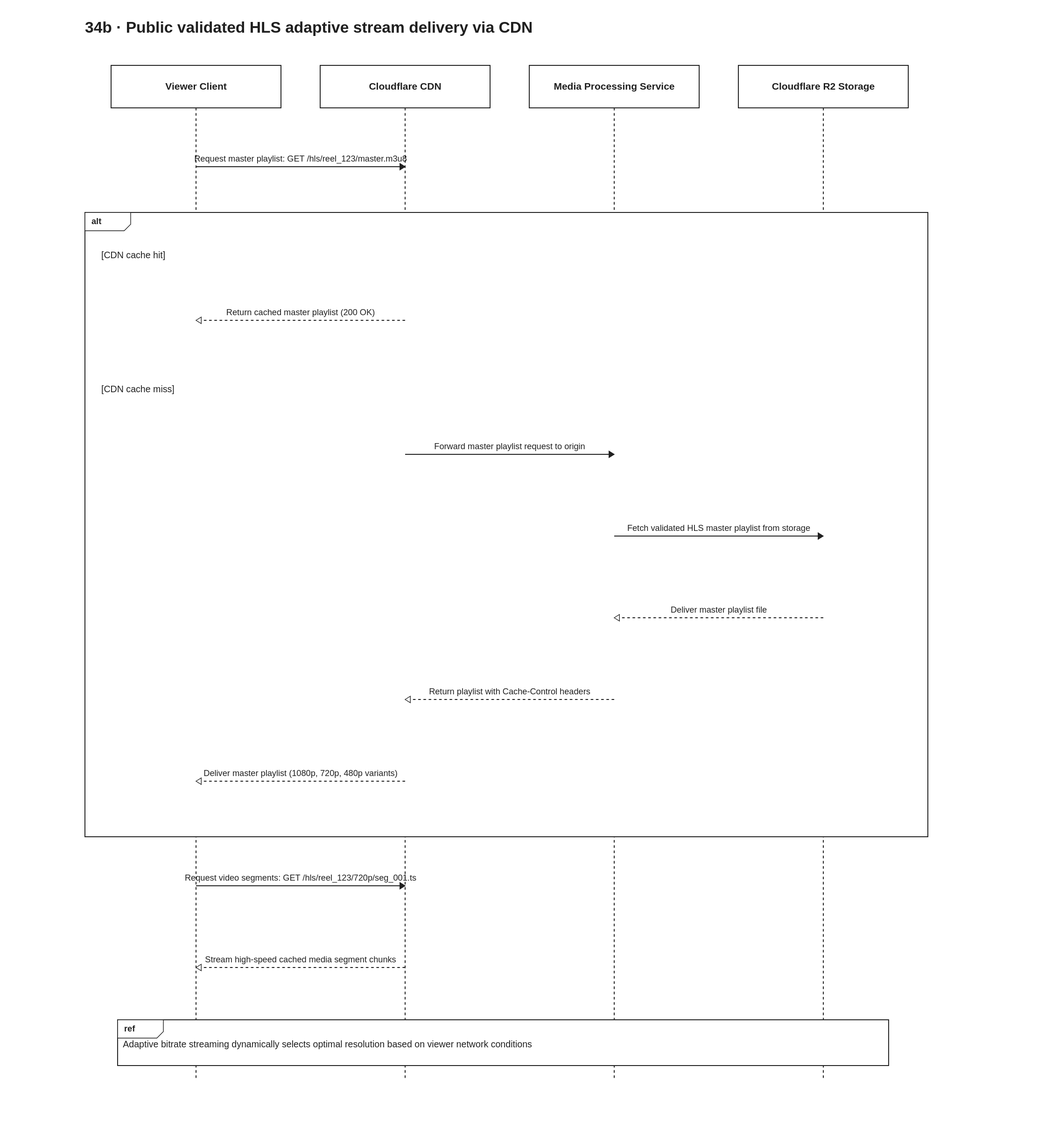
This is docs/diagrams/velora-current/importable-svg/34b-hls-validated-stream.drawio.svg from HieuCuteDangYeu/velora-backend, a draw.io export, as it was before one commit. Source tidied: cells renumbered, new cells last; positions are measured from the earlier drawing's top-left corner, leaving out a move shared by most shapes.
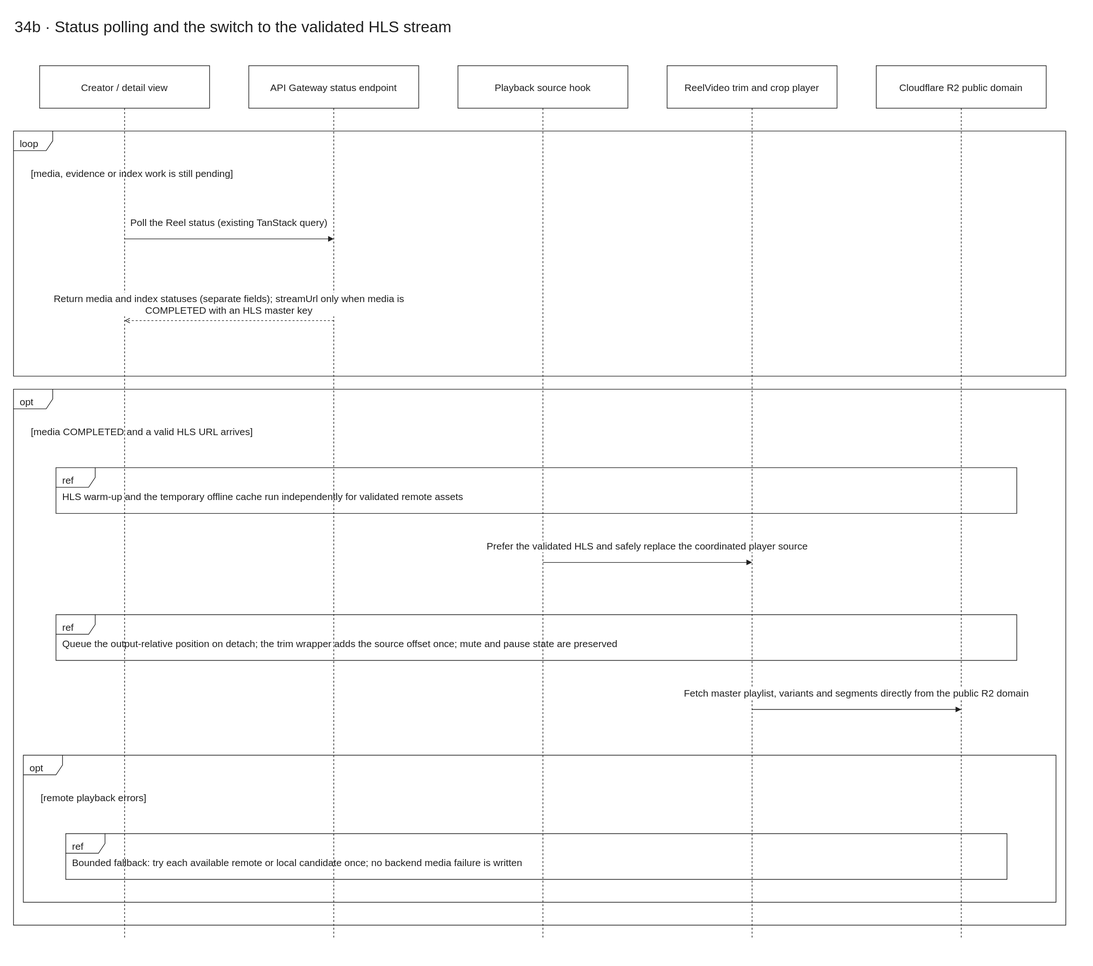
Above is the later version.

The edit, as a diff of the source:
```diff
@@ -2,125 +2,117 @@
   <root>
     <mxCell id="0" />
     <mxCell id="1" parent="0" />
+    <mxCell id="26" style="html=1;fontFamily=Arial;fontSize=15;fontColor=light-dark(#202020,#eeeeee);strokeColor=light-dark(#202020,#eeeeee);dashed=1;endArrow=none;" parent="1" edge="1">
+      <mxGeometry relative="1" as="geometry">
+        <mxPoint x="1450" y="145" as="sourcePoint" />
+        <mxPoint x="1450" y="1415" as="targetPoint" />
+      </mxGeometry>
+    </mxCell>
+    <mxCell id="27" style="html=1;fontFamily=Arial;fontSize=15;fontColor=light-dark(#202020,#eeeeee);strokeColor=light-dark(#202020,#eeeeee);dashed=1;endArrow=none;" parent="1" edge="1">
+      <mxGeometry relative="1" as="geometry">
+        <mxPoint x="1130" y="145" as="sourcePoint" />
+        <mxPoint x="1130" y="1415" as="targetPoint" />
+      </mxGeometry>
+    </mxCell>
+    <mxCell id="28" style="html=1;fontFamily=Arial;fontSize=15;fontColor=light-dark(#202020,#eeeeee);strokeColor=light-dark(#202020,#eeeeee);dashed=1;endArrow=none;" parent="1" edge="1">
+      <mxGeometry relative="1" as="geometry">
+        <mxPoint x="810" y="145" as="sourcePoint" />
+        <mxPoint x="810" y="1415" as="targetPoint" />
+      </mxGeometry>
+    </mxCell>
     <mxCell id="2" style="html=1;fontFamily=Arial;fontSize=15;fontColor=light-dark(#202020,#eeeeee);strokeColor=light-dark(#202020,#eeeeee);dashed=1;endArrow=none;" parent="1" edge="1">
       <mxGeometry relative="1" as="geometry">
-        <mxPoint x="1130" y="145" as="sourcePoint" />
-        <mxPoint x="1130" y="1630" as="targetPoint" />
+        <mxPoint x="490" y="145" as="sourcePoint" />
+        <mxPoint x="490" y="1415" as="targetPoint" />
       </mxGeometry>
     </mxCell>
     <mxCell id="3" style="html=1;fontFamily=Arial;fontSize=15;fontColor=light-dark(#202020,#eeeeee);strokeColor=light-dark(#202020,#eeeeee);dashed=1;endArrow=none;" parent="1" edge="1">
       <mxGeometry relative="1" as="geometry">
-        <mxPoint x="810" y="145" as="sourcePoint" />
-        <mxPoint x="810" y="1630" as="targetPoint" />
+        <mxPoint x="170" y="145" as="sourcePoint" />
+        <mxPoint x="170" y="1415" as="targetPoint" />
       </mxGeometry>
     </mxCell>
-    <mxCell id="4" style="html=1;fontFamily=Arial;fontSize=15;fontColor=light-dark(#202020,#eeeeee);strokeColor=light-dark(#202020,#eeeeee);dashed=1;endArrow=none;" parent="1" edge="1">
-      <mxGeometry relative="1" as="geometry">
-        <mxPoint x="490" y="145" as="sourcePoint" />
-        <mxPoint x="490" y="1630" as="targetPoint" />
-      </mxGeometry>
-    </mxCell>
-    <mxCell id="5" style="html=1;fontFamily=Arial;fontSize=15;fontColor=light-dark(#202020,#eeeeee);strokeColor=light-dark(#202020,#eeeeee);dashed=1;endArrow=none;" parent="1" edge="1">
-      <mxGeometry relative="1" as="geometry">
-        <mxPoint x="170" y="145" as="sourcePoint" />
-        <mxPoint x="170" y="1630" as="targetPoint" />
-      </mxGeometry>
-    </mxCell>
-    <mxCell id="6" value="34b · Public validated HLS adaptive stream delivery via CDN" style="html=1;fontFamily=Arial;fontSize=15;fontColor=light-dark(#202020,#eeeeee);strokeColor=light-dark(#202020,#eeeeee);text;fontSize=24;align=left;strokeColor=none;fillColor=none;" parent="1" vertex="1">
-      <mxGeometry width="1290" height="50" as="geometry" />
+    <mxCell id="6" value="34b · Status polling and the switch to the validated HLS stream" style="html=1;fontFamily=Arial;fontSize=15;fontColor=light-dark(#202020,#eeeeee);strokeColor=light-dark(#202020,#eeeeee);text;fontSize=24;align=left;strokeColor=none;fillColor=none;" parent="1" vertex="1">
+      <mxGeometry width="1610" height="50" as="geometry" />
     </mxCell>
-    <mxCell id="7" value="Viewer Client" style="html=1;fontFamily=Arial;fontSize=15;fontColor=light-dark(#202020,#eeeeee);strokeColor=light-dark(#202020,#eeeeee);rounded=0;fillColor=#ffffff;whiteSpace=wrap;align=center;verticalAlign=middle;" parent="1" vertex="1">
+    <mxCell id="7" value="Creator / detail view" style="html=1;fontFamily=Arial;fontSize=15;fontColor=light-dark(#202020,#eeeeee);strokeColor=light-dark(#202020,#eeeeee);rounded=0;fillColor=#ffffff;whiteSpace=wrap;align=center;verticalAlign=middle;" parent="1" vertex="1">
       <mxGeometry x="40" y="80" width="260" height="65" as="geometry" />
     </mxCell>
-    <mxCell id="8" value="Cloudflare CDN" style="html=1;fontFamily=Arial;fontSize=15;fontColor=light-dark(#202020,#eeeeee);strokeColor=light-dark(#202020,#eeeeee);rounded=0;fillColor=#ffffff;whiteSpace=wrap;align=center;verticalAlign=middle;" parent="1" vertex="1">
+    <mxCell id="8" value="API Gateway status endpoint" style="html=1;fontFamily=Arial;fontSize=15;fontColor=light-dark(#202020,#eeeeee);strokeColor=light-dark(#202020,#eeeeee);rounded=0;fillColor=#ffffff;whiteSpace=wrap;align=center;verticalAlign=middle;" parent="1" vertex="1">
       <mxGeometry x="360" y="80" width="260" height="65" as="geometry" />
     </mxCell>
-    <mxCell id="9" value="Media Processing Service" style="html=1;fontFamily=Arial;fontSize=15;fontColor=light-dark(#202020,#eeeeee);strokeColor=light-dark(#202020,#eeeeee);rounded=0;fillColor=#ffffff;whiteSpace=wrap;align=center;verticalAlign=middle;" parent="1" vertex="1">
+    <mxCell id="9" value="Playback source hook" style="html=1;fontFamily=Arial;fontSize=15;fontColor=light-dark(#202020,#eeeeee);strokeColor=light-dark(#202020,#eeeeee);rounded=0;fillColor=#ffffff;whiteSpace=wrap;align=center;verticalAlign=middle;" parent="1" vertex="1">
       <mxGeometry x="680" y="80" width="260" height="65" as="geometry" />
     </mxCell>
-    <mxCell id="10" value="Cloudflare R2 Storage" style="html=1;fontFamily=Arial;fontSize=15;fontColor=light-dark(#202020,#eeeeee);strokeColor=light-dark(#202020,#eeeeee);rounded=0;fillColor=#ffffff;whiteSpace=wrap;align=center;verticalAlign=middle;" parent="1" vertex="1">
+    <mxCell id="10" value="ReelVideo trim and crop player" style="html=1;fontFamily=Arial;fontSize=15;fontColor=light-dark(#202020,#eeeeee);strokeColor=light-dark(#202020,#eeeeee);rounded=0;fillColor=#ffffff;whiteSpace=wrap;align=center;verticalAlign=middle;" parent="1" vertex="1">
       <mxGeometry x="1000" y="80" width="260" height="65" as="geometry" />
     </mxCell>
-    <mxCell id="11" value="Request master playlist: GET /hls/reel_123/master.m3u8" style="html=1;fontFamily=Arial;fontSize=15;fontColor=light-dark(#202020,#eeeeee);strokeColor=light-dark(#202020,#eeeeee);endArrow=block;endFill=1;labelBackgroundColor=#ffffff;labelWidth=550;whiteSpace=wrap;align=center;" parent="1" edge="1">
-      <mxGeometry relative="1" as="geometry">
-        <mxPoint x="170" y="235" as="sourcePoint" />
-        <mxPoint x="490" y="235" as="targetPoint" />
-        <mxPoint y="-25" as="offset" />
-      </mxGeometry>
+    <mxCell id="11" value="Cloudflare R2 public domain" style="html=1;fontFamily=Arial;fontSize=15;fontColor=light-dark(#202020,#eeeeee);strokeColor=light-dark(#202020,#eeeeee);rounded=0;fillColor=#ffffff;whiteSpace=wrap;align=center;verticalAlign=middle;" parent="1" vertex="1">
+      <mxGeometry x="1320" y="80" width="260" height="65" as="geometry" />
     </mxCell>
-    <mxCell id="12" value="alt" style="html=1;fontFamily=Arial;fontSize=15;fontColor=light-dark(#202020,#eeeeee);strokeColor=light-dark(#202020,#eeeeee);shape=umlFrame;fillColor=none;align=left;verticalAlign=top;spacingLeft=8;spacingTop=4;" parent="1" vertex="1">
-      <mxGeometry y="305" width="1290" height="955" as="geometry" />
+    <mxCell id="12" value="loop" style="html=1;fontFamily=Arial;fontSize=15;fontColor=light-dark(#202020,#eeeeee);strokeColor=light-dark(#202020,#eeeeee);shape=umlFrame;fillColor=none;align=left;verticalAlign=top;spacingLeft=8;spacingTop=4;" parent="1" vertex="1">
+      <mxGeometry y="180" width="1610" height="375" as="geometry" />
     </mxCell>
-    <mxCell id="13" value="[CDN cache hit]" style="html=1;fontFamily=Arial;fontSize=15;fontColor=light-dark(#202020,#eeeeee);strokeColor=light-dark(#202020,#eeeeee);text;whiteSpace=wrap;align=left;strokeColor=none;fillColor=none;" parent="1" vertex="1">
-      <mxGeometry x="25" y="355" width="1230" height="45" as="geometry" />
+    <mxCell id="13" value="[media, evidence or index work is still pending]" style="html=1;fontFamily=Arial;fontSize=15;fontColor=light-dark(#202020,#eeeeee);strokeColor=light-dark(#202020,#eeeeee);text;whiteSpace=wrap;align=left;strokeColor=none;fillColor=none;" parent="1" vertex="1">
+      <mxGeometry x="25" y="230" width="1550" height="45" as="geometry" />
     </mxCell>
-    <mxCell id="14" value="Return cached master playlist (200 OK)" style="html=1;fontFamily=Arial;fontSize=15;fontColor=light-dark(#202020,#eeeeee);strokeColor=light-dark(#202020,#eeeeee);endArrow=open;dashed=1;labelBackgroundColor=#ffffff;labelWidth=550;whiteSpace=wrap;align=center;" parent="1" edge="1">
+    <mxCell id="14" value="Poll the Reel status (existing TanStack query)" style="html=1;fontFamily=Arial;fontSize=15;fontColor=light-dark(#202020,#eeeeee);strokeColor=light-dark(#202020,#eeeeee);endArrow=block;endFill=1;labelBackgroundColor=#ffffff;labelWidth=550;whiteSpace=wrap;align=center;" parent="1" edge="1">
       <mxGeometry relative="1" as="geometry">
-        <mxPoint x="490" y="470" as="sourcePoint" />
-        <mxPoint x="170" y="470" as="targetPoint" />
+        <mxPoint x="170" y="345" as="sourcePoint" />
+        <mxPoint x="490" y="345" as="targetPoint" />
         <mxPoint y="-25" as="offset" />
       </mxGeometry>
     </mxCell>
-    <mxCell id="15" style="html=1;fontFamily=Arial;fontSize=15;fontColor=light-dark(#202020,#eeeeee);strokeColor=light-dark(#202020,#eeeeee);fillColor=none;dashed=1;" parent="1" vertex="1">
-      <mxGeometry x="15" y="540" width="1260" height="1" as="geometry" />
+    <mxCell id="15" value="Return media and index statuses (separate fields); streamUrl only when media is COMPLETED with an HLS master key" style="html=1;fontFamily=Arial;fontSize=15;fontColor=light-dark(#202020,#eeeeee);strokeColor=light-dark(#202020,#eeeeee);endArrow=open;dashed=1;labelBackgroundColor=#ffffff;labelWidth=550;whiteSpace=wrap;align=center;" parent="1" edge="1">
+      <mxGeometry relative="1" as="geometry">
+        <mxPoint x="490" y="470" as="sourcePoint" />
+        <mxPoint x="170" y="470" as="targetPoint" />
+        <mxPoint y="-25" as="offset" />
+      </mxGeometry>
     </mxCell>
-    <mxCell id="16" value="[CDN cache miss]" style="html=1;fontFamily=Arial;fontSize=15;fontColor=light-dark(#202020,#eeeeee);strokeColor=light-dark(#202020,#eeeeee);text;whiteSpace=wrap;align=left;strokeColor=none;fillColor=none;" parent="1" vertex="1">
-      <mxGeometry x="25" y="560" width="1230" height="45" as="geometry" />
+    <mxCell id="16" value="opt" style="html=1;fontFamily=Arial;fontSize=15;fontColor=light-dark(#202020,#eeeeee);strokeColor=light-dark(#202020,#eeeeee);shape=umlFrame;fillColor=none;align=left;verticalAlign=top;spacingLeft=8;spacingTop=4;" parent="1" vertex="1">
+      <mxGeometry y="575" width="1610" height="820" as="geometry" />
     </mxCell>
-    <mxCell id="17" value="Forward master playlist request to origin" style="html=1;fontFamily=Arial;fontSize=15;fontColor=light-dark(#202020,#eeeeee);strokeColor=light-dark(#202020,#eeeeee);endArrow=block;endFill=1;labelBackgroundColor=#ffffff;labelWidth=550;whiteSpace=wrap;align=center;" parent="1" edge="1">
-      <mxGeometry relative="1" as="geometry">
-        <mxPoint x="490" y="675" as="sourcePoint" />
-        <mxPoint x="810" y="675" as="targetPoint" />
-        <mxPoint y="-25" as="offset" />
-      </mxGeometry>
+    <mxCell id="17" value="[media COMPLETED and a valid HLS URL arrives]" style="html=1;fontFamily=Arial;fontSize=15;fontColor=light-dark(#202020,#eeeeee);strokeColor=light-dark(#202020,#eeeeee);text;whiteSpace=wrap;align=left;strokeColor=none;fillColor=none;" parent="1" vertex="1">
+      <mxGeometry x="25" y="625" width="1550" height="45" as="geometry" />
     </mxCell>
-    <mxCell id="18" value="Fetch validated HLS master playlist from storage" style="html=1;fontFamily=Arial;fontSize=15;fontColor=light-dark(#202020,#eeeeee);strokeColor=light-dark(#202020,#eeeeee);endArrow=block;endFill=1;labelBackgroundColor=#ffffff;labelWidth=550;whiteSpace=wrap;align=center;" parent="1" edge="1">
-      <mxGeometry relative="1" as="geometry">
-        <mxPoint x="810" y="800" as="sourcePoint" />
-        <mxPoint x="1130" y="800" as="targetPoint" />
-        <mxPoint y="-25" as="offset" />
-      </mxGeometry>
+    <mxCell id="18" value="ref" style="html=1;fontFamily=Arial;fontSize=15;fontColor=light-dark(#202020,#eeeeee);strokeColor=light-dark(#202020,#eeeeee);shape=umlFrame;fillColor=light-dark(#ffffff,#181818);align=left;verticalAlign=top;spacingLeft=8;spacingTop=4;" parent="1" vertex="1">
+      <mxGeometry x="65" y="695" width="1470" height="70" as="geometry" />
     </mxCell>
-    <mxCell id="19" value="Deliver master playlist file" style="html=1;fontFamily=Arial;fontSize=15;fontColor=light-dark(#202020,#eeeeee);strokeColor=light-dark(#202020,#eeeeee);endArrow=open;dashed=1;labelBackgroundColor=#ffffff;labelWidth=550;whiteSpace=wrap;align=center;" parent="1" edge="1">
-      <mxGeometry relative="1" as="geometry">
-        <mxPoint x="1130" y="925" as="sourcePoint" />
-        <mxPoint x="810" y="925" as="targetPoint" />
-        <mxPoint y="-25" as="offset" />
-      </mxGeometry>
+    <mxCell id="19" value="HLS warm-up and the temporary offline cache run independently for validated remote assets" style="html=1;fontFamily=Arial;fontSize=15;fontColor=light-dark(#202020,#eeeeee);strokeColor=light-dark(#202020,#eeeeee);text;whiteSpace=wrap;align=left;verticalAlign=middle;strokeColor=none;fillColor=none;" parent="1" vertex="1">
+      <mxGeometry x="73" y="717" width="1450" height="44" as="geometry" />
     </mxCell>
-    <mxCell id="20" value="Return playlist with Cache-Control headers" style="html=1;fontFamily=Arial;fontSize=15;fontColor=light-dark(#202020,#eeeeee);strokeColor=light-dark(#202020,#eeeeee);endArrow=open;dashed=1;labelBackgroundColor=#ffffff;labelWidth=550;whiteSpace=wrap;align=center;" parent="1" edge="1">
+    <mxCell id="20" value="Prefer the validated HLS and safely replace the coordinated player source" style="html=1;fontFamily=Arial;fontSize=15;fontColor=light-dark(#202020,#eeeeee);strokeColor=light-dark(#202020,#eeeeee);endArrow=block;endFill=1;labelBackgroundColor=#ffffff;labelWidth=550;whiteSpace=wrap;align=center;" parent="1" edge="1">
       <mxGeometry relative="1" as="geometry">
-        <mxPoint x="810" y="1050" as="sourcePoint" />
-        <mxPoint x="490" y="1050" as="targetPoint" />
+        <mxPoint x="810" y="840" as="sourcePoint" />
+        <mxPoint x="1130" y="840" as="targetPoint" />
         <mxPoint y="-25" as="offset" />
       </mxGeometry>
     </mxCell>
-    <mxCell id="21" value="Deliver master playlist (1080p, 720p, 480p variants)" style="html=1;fontFamily=Arial;fontSize=15;fontColor=light-dark(#202020,#eeeeee);strokeColor=light-dark(#202020,#eeeeee);endArrow=open;dashed=1;labelBackgroundColor=#ffffff;labelWidth=550;whiteSpace=wrap;align=center;" parent="1" edge="1">
-      <mxGeometry relative="1" as="geometry">
-        <mxPoint x="490" y="1175" as="sourcePoint" />
-        <mxPoint x="170" y="1175" as="targetPoint" />
-        <mxPoint y="-25" as="offset" />
-      </mxGeometry>
+    <mxCell id="21" value="ref" style="html=1;fontFamily=Arial;fontSize=15;fontColor=light-dark(#202020,#eeeeee);strokeColor=light-dark(#202020,#eeeeee);shape=umlFrame;fillColor=light-dark(#ffffff,#181818);align=left;verticalAlign=top;spacingLeft=8;spacingTop=4;" parent="1" vertex="1">
+      <mxGeometry x="65" y="920" width="1470" height="70" as="geometry" />
     </mxCell>
-    <mxCell id="22" value="Request video segments: GET /hls/reel_123/720p/seg_001.ts" style="html=1;fontFamily=Arial;fontSize=15;fontColor=light-dark(#202020,#eeeeee);strokeColor=light-dark(#202020,#eeeeee);endArrow=block;endFill=1;labelBackgroundColor=#ffffff;labelWidth=550;whiteSpace=wrap;align=center;" parent="1" edge="1">
-      <mxGeometry relative="1" as="geometry">
-        <mxPoint x="170" y="1335" as="sourcePoint" />
-        <mxPoint x="490" y="1335" as="targetPoint" />
-        <mxPoint y="-25" as="offset" />
-      </mxGeometry>
+    <mxCell id="22" value="Queue the output-relative position on detach; the trim wrapper adds the source offset once; mute and pause state are preserved" style="html=1;fontFamily=Arial;fontSize=15;fontColor=light-dark(#202020,#eeeeee);strokeColor=light-dark(#202020,#eeeeee);text;whiteSpace=wrap;align=left;verticalAlign=middle;strokeColor=none;fillColor=none;" parent="1" vertex="1">
+      <mxGeometry x="73" y="942" width="1450" height="44" as="geometry" />
     </mxCell>
-    <mxCell id="23" value="Stream high-speed cached media segment chunks" style="html=1;fontFamily=Arial;fontSize=15;fontColor=light-dark(#202020,#eeeeee);strokeColor=light-dark(#202020,#eeeeee);endArrow=open;dashed=1;labelBackgroundColor=#ffffff;labelWidth=550;whiteSpace=wrap;align=center;" parent="1" edge="1">
+    <mxCell id="23" value="Fetch master playlist, variants and segments directly from the public R2 domain" style="html=1;fontFamily=Arial;fontSize=15;fontColor=light-dark(#202020,#eeeeee);strokeColor=light-dark(#202020,#eeeeee);endArrow=block;endFill=1;labelBackgroundColor=#ffffff;labelWidth=550;whiteSpace=wrap;align=center;" parent="1" edge="1">
       <mxGeometry relative="1" as="geometry">
-        <mxPoint x="490" y="1460" as="sourcePoint" />
-        <mxPoint x="170" y="1460" as="targetPoint" />
+        <mxPoint x="1130" y="1065" as="sourcePoint" />
+        <mxPoint x="1450" y="1065" as="targetPoint" />
         <mxPoint y="-25" as="offset" />
       </mxGeometry>
     </mxCell>
-    <mxCell id="24" value="ref" style="html=1;fontFamily=Arial;fontSize=15;fontColor=light-dark(#202020,#eeeeee);strokeColor=light-dark(#202020,#eeeeee);shape=umlFrame;fillColor=light-dark(#ffffff,#181818);align=left;verticalAlign=top;spacingLeft=8;spacingTop=4;" parent="1" vertex="1">
-      <mxGeometry x="50" y="1540" width="1180" height="70" as="geometry" />
+    <mxCell id="24" value="opt" style="html=1;fontFamily=Arial;fontSize=15;fontColor=light-dark(#202020,#eeeeee);strokeColor=light-dark(#202020,#eeeeee);shape=umlFrame;fillColor=none;align=left;verticalAlign=top;spacingLeft=8;spacingTop=4;" parent="1" vertex="1">
+      <mxGeometry x="15" y="1135" width="1580" height="225" as="geometry" />
     </mxCell>
-    <mxCell id="25" value="Adaptive bitrate streaming dynamically selects optimal resolution based on viewer network conditions" style="html=1;fontFamily=Arial;fontSize=15;fontColor=light-dark(#202020,#eeeeee);strokeColor=light-dark(#202020,#eeeeee);text;whiteSpace=wrap;align=left;verticalAlign=middle;strokeColor=none;fillColor=none;" parent="1" vertex="1">
-      <mxGeometry x="58" y="1562" width="1160" height="44" as="geometry" />
+    <mxCell id="25" value="[remote playback errors]" style="html=1;fontFamily=Arial;fontSize=15;fontColor=light-dark(#202020,#eeeeee);strokeColor=light-dark(#202020,#eeeeee);text;whiteSpace=wrap;align=left;strokeColor=none;fillColor=none;" parent="1" vertex="1">
+      <mxGeometry x="40" y="1185" width="1520" height="45" as="geometry" />
     </mxCell>
+    <mxCell id="29" value="ref" style="html=1;fontFamily=Arial;fontSize=15;fontColor=light-dark(#202020,#eeeeee);strokeColor=light-dark(#202020,#eeeeee);shape=umlFrame;fillColor=light-dark(#ffffff,#181818);align=left;verticalAlign=top;spacingLeft=8;spacingTop=4;" parent="1" vertex="1">
+      <mxGeometry x="80" y="1255" width="1440" height="70" as="geometry" />
+    </mxCell>
+    <mxCell id="30" value="Bounded fallback: try each available remote or local candidate once; no backend media failure is written" style="html=1;fontFamily=Arial;fontSize=15;fontColor=light-dark(#202020,#eeeeee);strokeColor=light-dark(#202020,#eeeeee);text;whiteSpace=wrap;align=left;verticalAlign=middle;strokeColor=none;fillColor=none;" parent="1" vertex="1">
+      <mxGeometry x="88" y="1277" width="1420" height="44" as="geometry" />
+    </mxCell>
   </root>
 </mxGraphModel>
```
